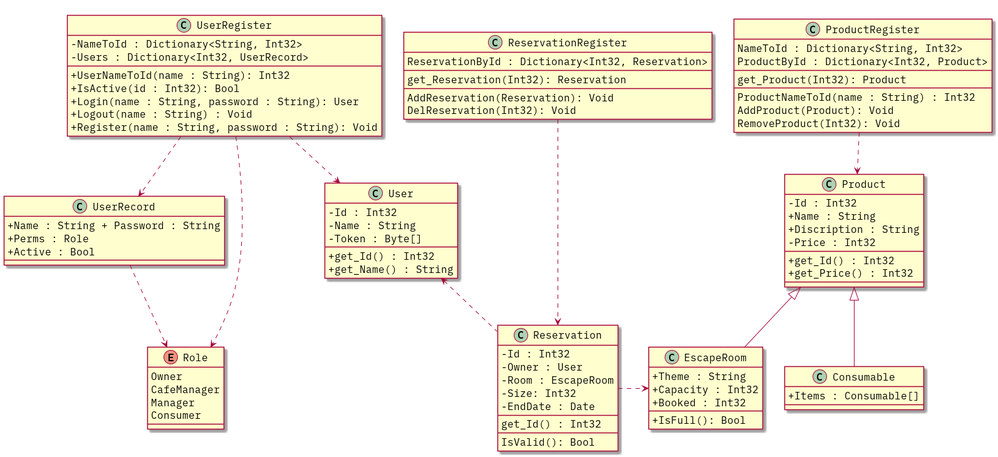
proj-1b-3/code keeps this PlantUML diagram as ClassDiagram/classes.png. Above is the earlier version.
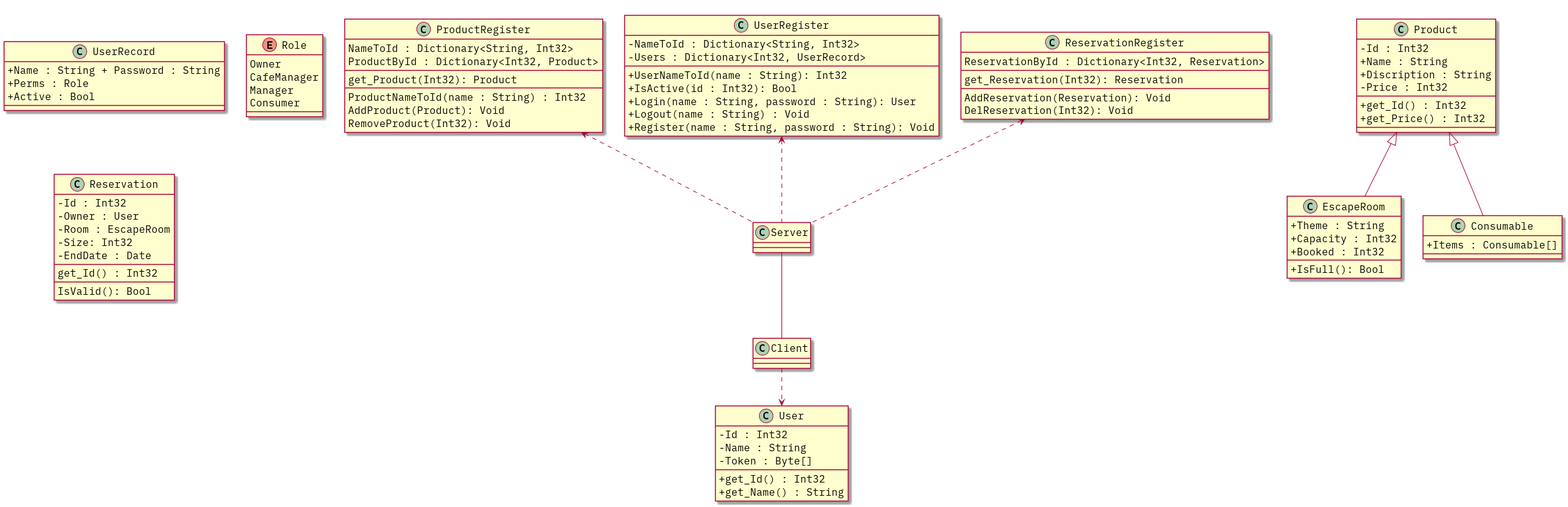
Later version of the same file.

The edit, as a diff of the source:
```diff
@@ -18,6 +18,10 @@
 	+ get_Name() : String
 }
 
+class Server
+
+class Client
+
 enum Role {
 	Owner
 	CafeManager
@@ -37,18 +41,18 @@
 	IsValid(): Bool
 }
 
-class Product {
-	- Id : Int32
-	+ Name : String
-	+ Discription : String
-	- Price : Int32
-	____
-	+ get_Id() : Int32
-	+ get_Price() : Int32
-	____
-}
+together {
+		class Product {
+		- Id : Int32
+		+ Name : String
+		+ Discription : String
+		- Price : Int32
+		____
+		+ get_Id() : Int32
+		+ get_Price() : Int32
+		____
+	}
 
-together {
 	class EscapeRoom {
 		+ Theme : String
 		+ Capacity : Int32
@@ -60,6 +64,9 @@
 	class Consumable {
 		+ Items : Consumable[]
 	}
+
+	Consumable -up-|> Product
+	EscapeRoom -up-|> Product
 }
 
 together {
@@ -95,16 +102,12 @@
 	}
 }
 
-ProductRegister ..> Product
-UserRegister ..> UserRecord
-UserRegister ..> User
-UserRegister ..> Role
-ReservationRegister ..> Reservation
+Server .up.> ProductRegister
+Server .up.> UserRegister
+Server .up.> ReservationRegister
 
-UserRecord .down.> Role
-EscapeRoom -up-|> Product
-Consumable -right-|> Product
-Reservation .right.> EscapeRoom
-User <.. Reservation
+Client .down.> User
+
+Server -down- Client
 
 @enduml
```
